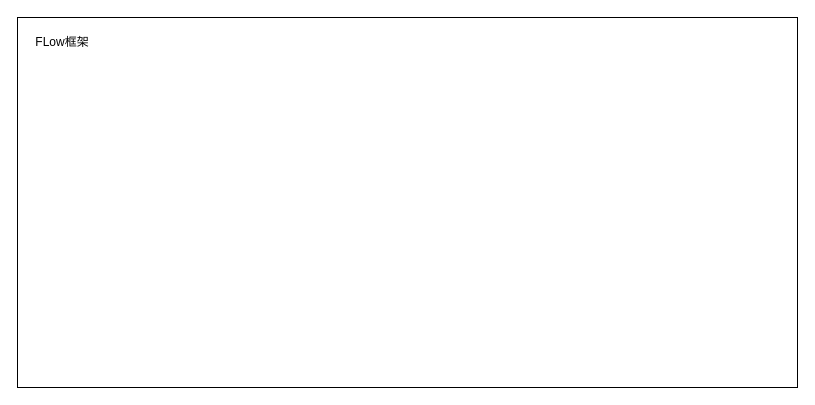
Above: Flow思路梳理.drawio in C9420/Graph (draw.io), before the change. Source tidied: cells renumbered, new cells numbered last; positions are measured from the earlier drawing's top-left corner, leaving out a move shared by most shapes. Both pictures are drawn from the tidied source at 100%, with x=0, y=0 at pixel (17, 17).
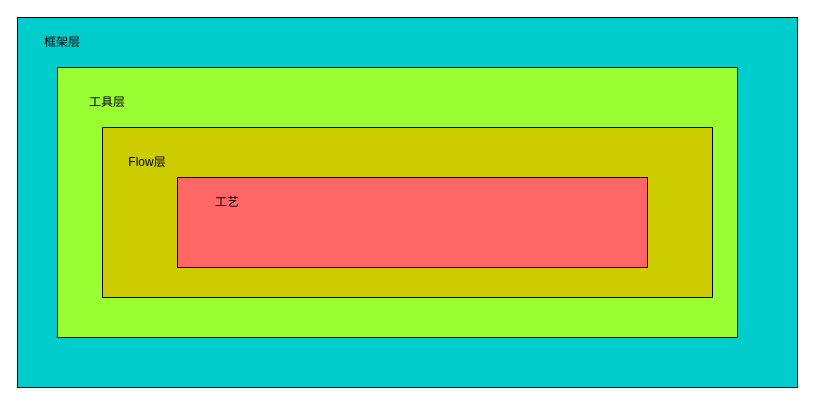
The same diagram, later.

Commit message:
更新Flow思路梳理.drawio

The edit, as a diff of the source:
```diff
@@
 <mxGraphModel>
   <root>
     <mxCell id="0" />
     <mxCell id="1" parent="0" />
-    <mxCell id="2" style="rounded=0;whiteSpace=wrap;html=1;" parent="1" vertex="1">
+    <mxCell id="2" style="rounded=0;whiteSpace=wrap;html=1;fillColor=#00CCCC;" parent="1" vertex="1">
       <mxGeometry width="780" height="370" as="geometry" />
     </mxCell>
-    <mxCell id="3" value="FLow框架" style="text;html=1;align=center;verticalAlign=middle;whiteSpace=wrap;rounded=0;" parent="1" vertex="1">
+    <mxCell id="3" value="框架层" style="text;html=1;align=center;verticalAlign=middle;whiteSpace=wrap;rounded=0;" parent="1" vertex="1">
       <mxGeometry width="90" height="50" as="geometry" />
     </mxCell>
+    <mxCell id="4" style="rounded=0;whiteSpace=wrap;html=1;fillColor=#99FF33;" parent="1" vertex="1">
+      <mxGeometry x="40" y="50" width="680" height="270" as="geometry" />
+    </mxCell>
+    <mxCell id="5" value="工具层" style="text;html=1;align=center;verticalAlign=middle;whiteSpace=wrap;rounded=0;" parent="1" vertex="1">
+      <mxGeometry x="60" y="70" width="60" height="30" as="geometry" />
+    </mxCell>
+    <mxCell id="6" style="rounded=0;whiteSpace=wrap;html=1;fillColor=#CCCC00;" parent="1" vertex="1">
+      <mxGeometry x="85" y="110" width="610" height="170" as="geometry" />
+    </mxCell>
+    <mxCell id="7" value="Flow层" style="text;html=1;align=center;verticalAlign=middle;whiteSpace=wrap;rounded=0;" parent="1" vertex="1">
+      <mxGeometry x="100" y="130" width="60" height="30" as="geometry" />
+    </mxCell>
+    <mxCell id="8" style="rounded=0;whiteSpace=wrap;html=1;fillColor=#FF6666;" parent="1" vertex="1">
+      <mxGeometry x="160" y="160" width="470" height="90" as="geometry" />
+    </mxCell>
+    <mxCell id="9" value="工艺" style="text;html=1;align=center;verticalAlign=middle;whiteSpace=wrap;rounded=0;" parent="1" vertex="1">
+      <mxGeometry x="180" y="170" width="60" height="30" as="geometry" />
+    </mxCell>
   </root>
 </mxGraphModel>
```
